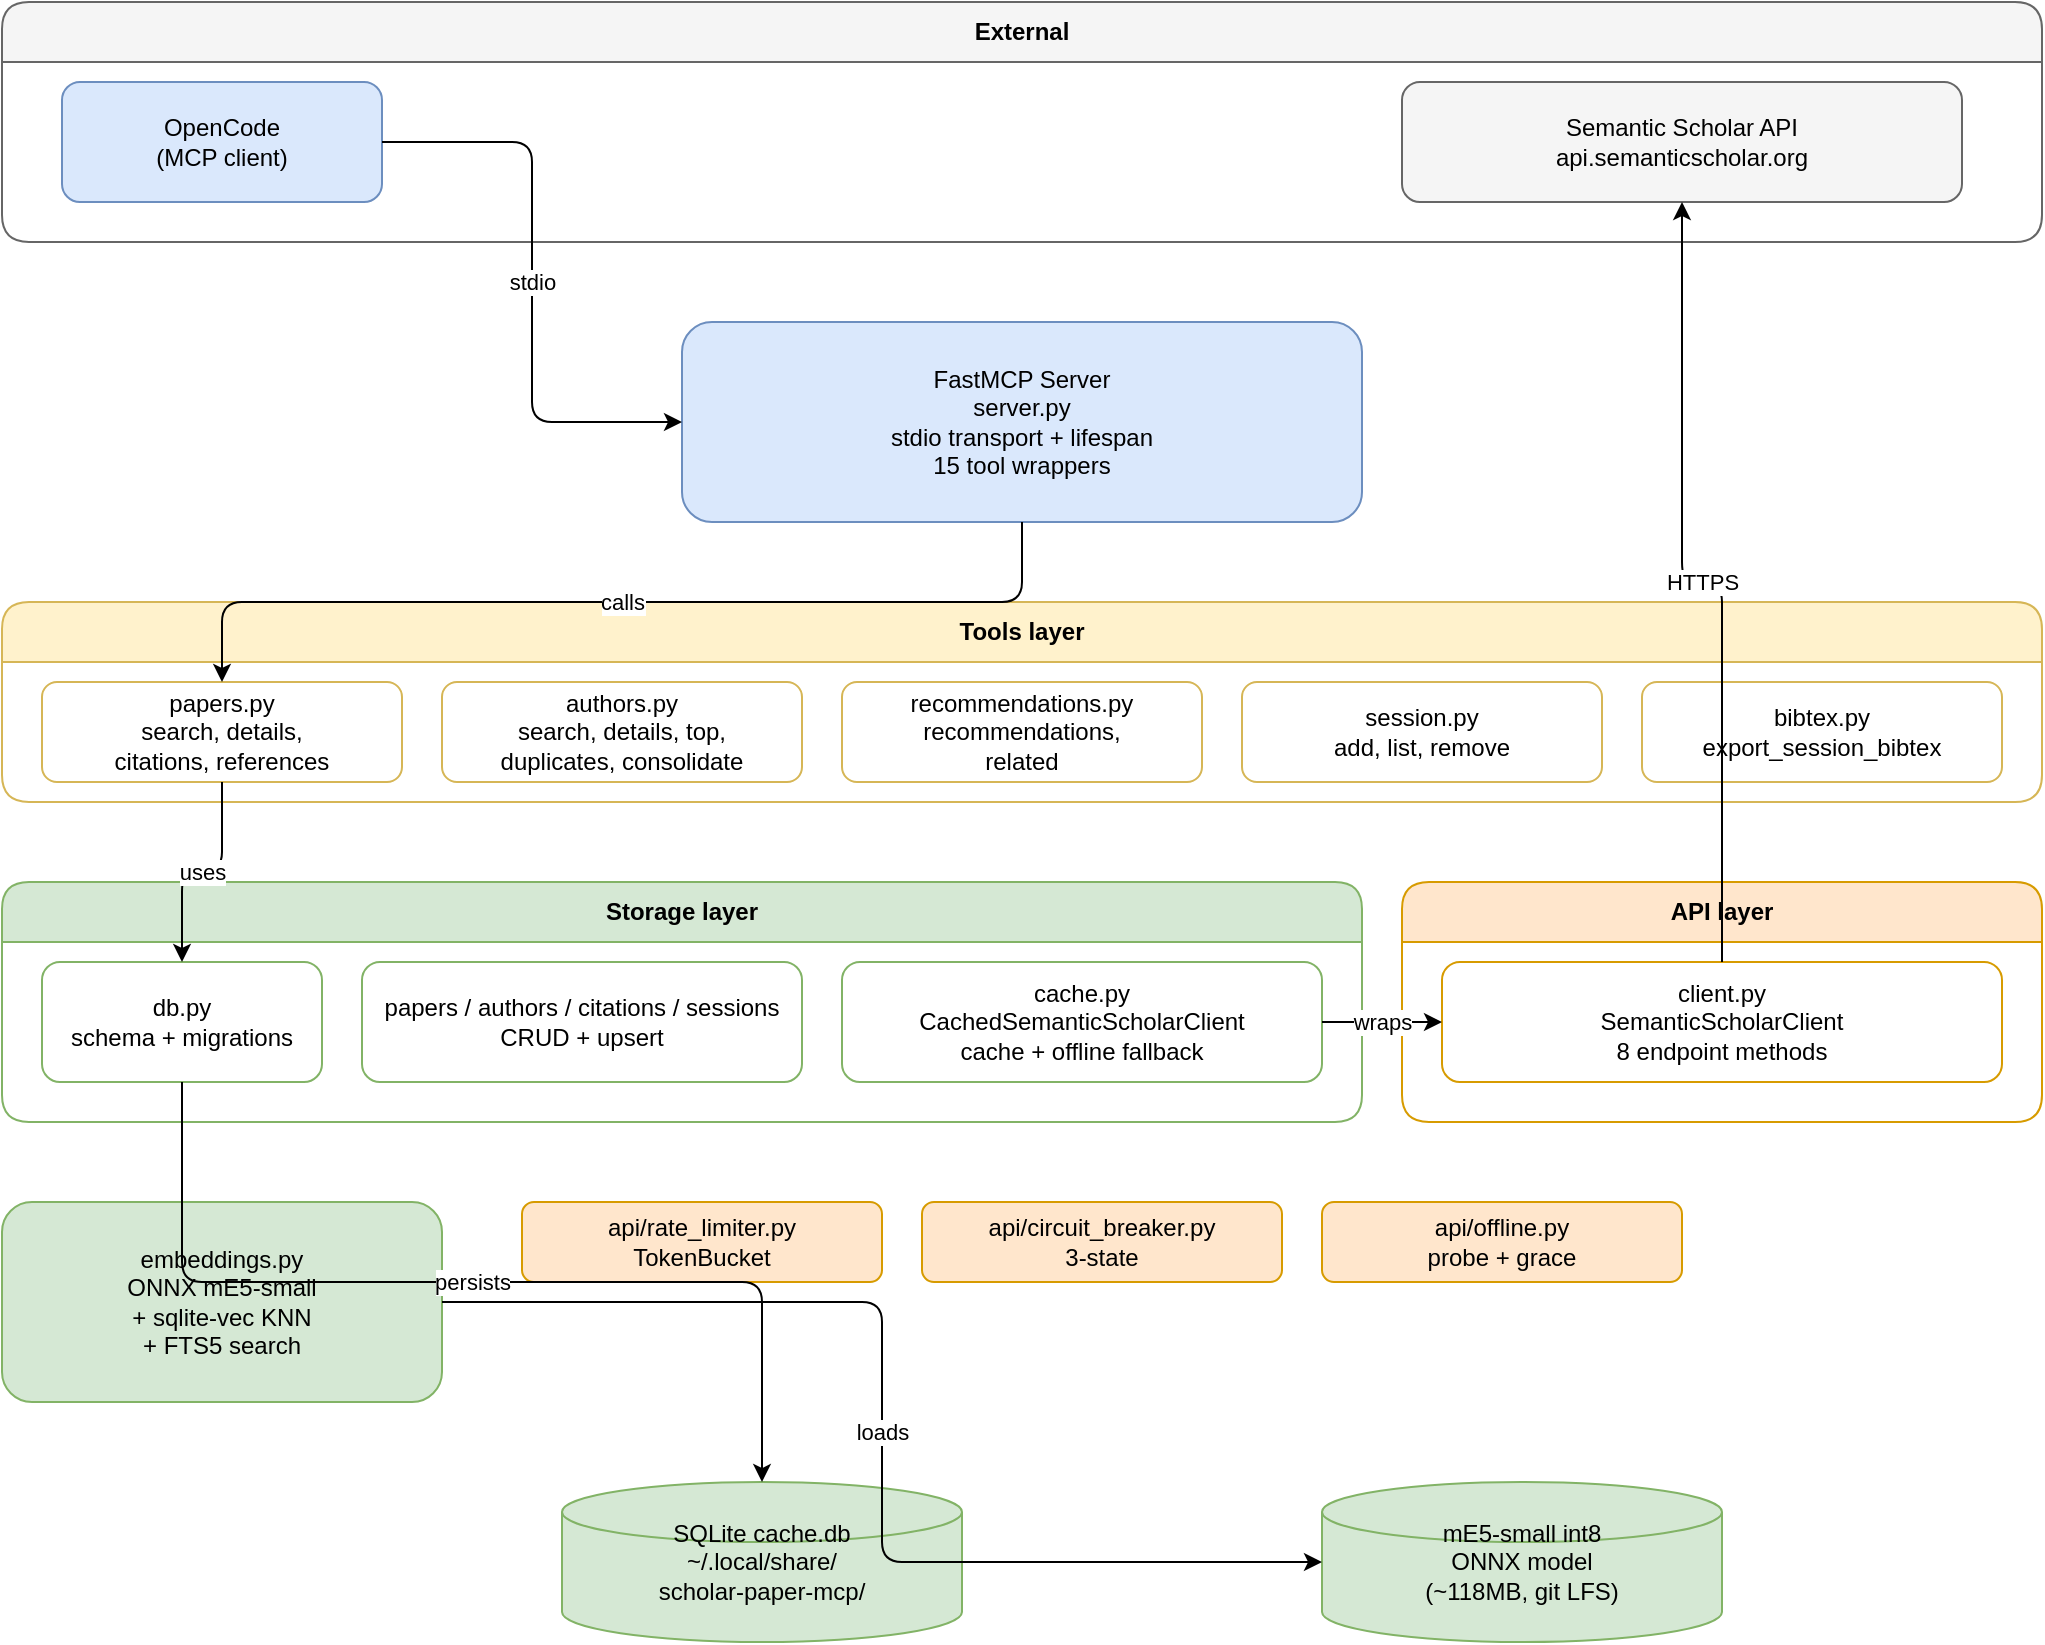
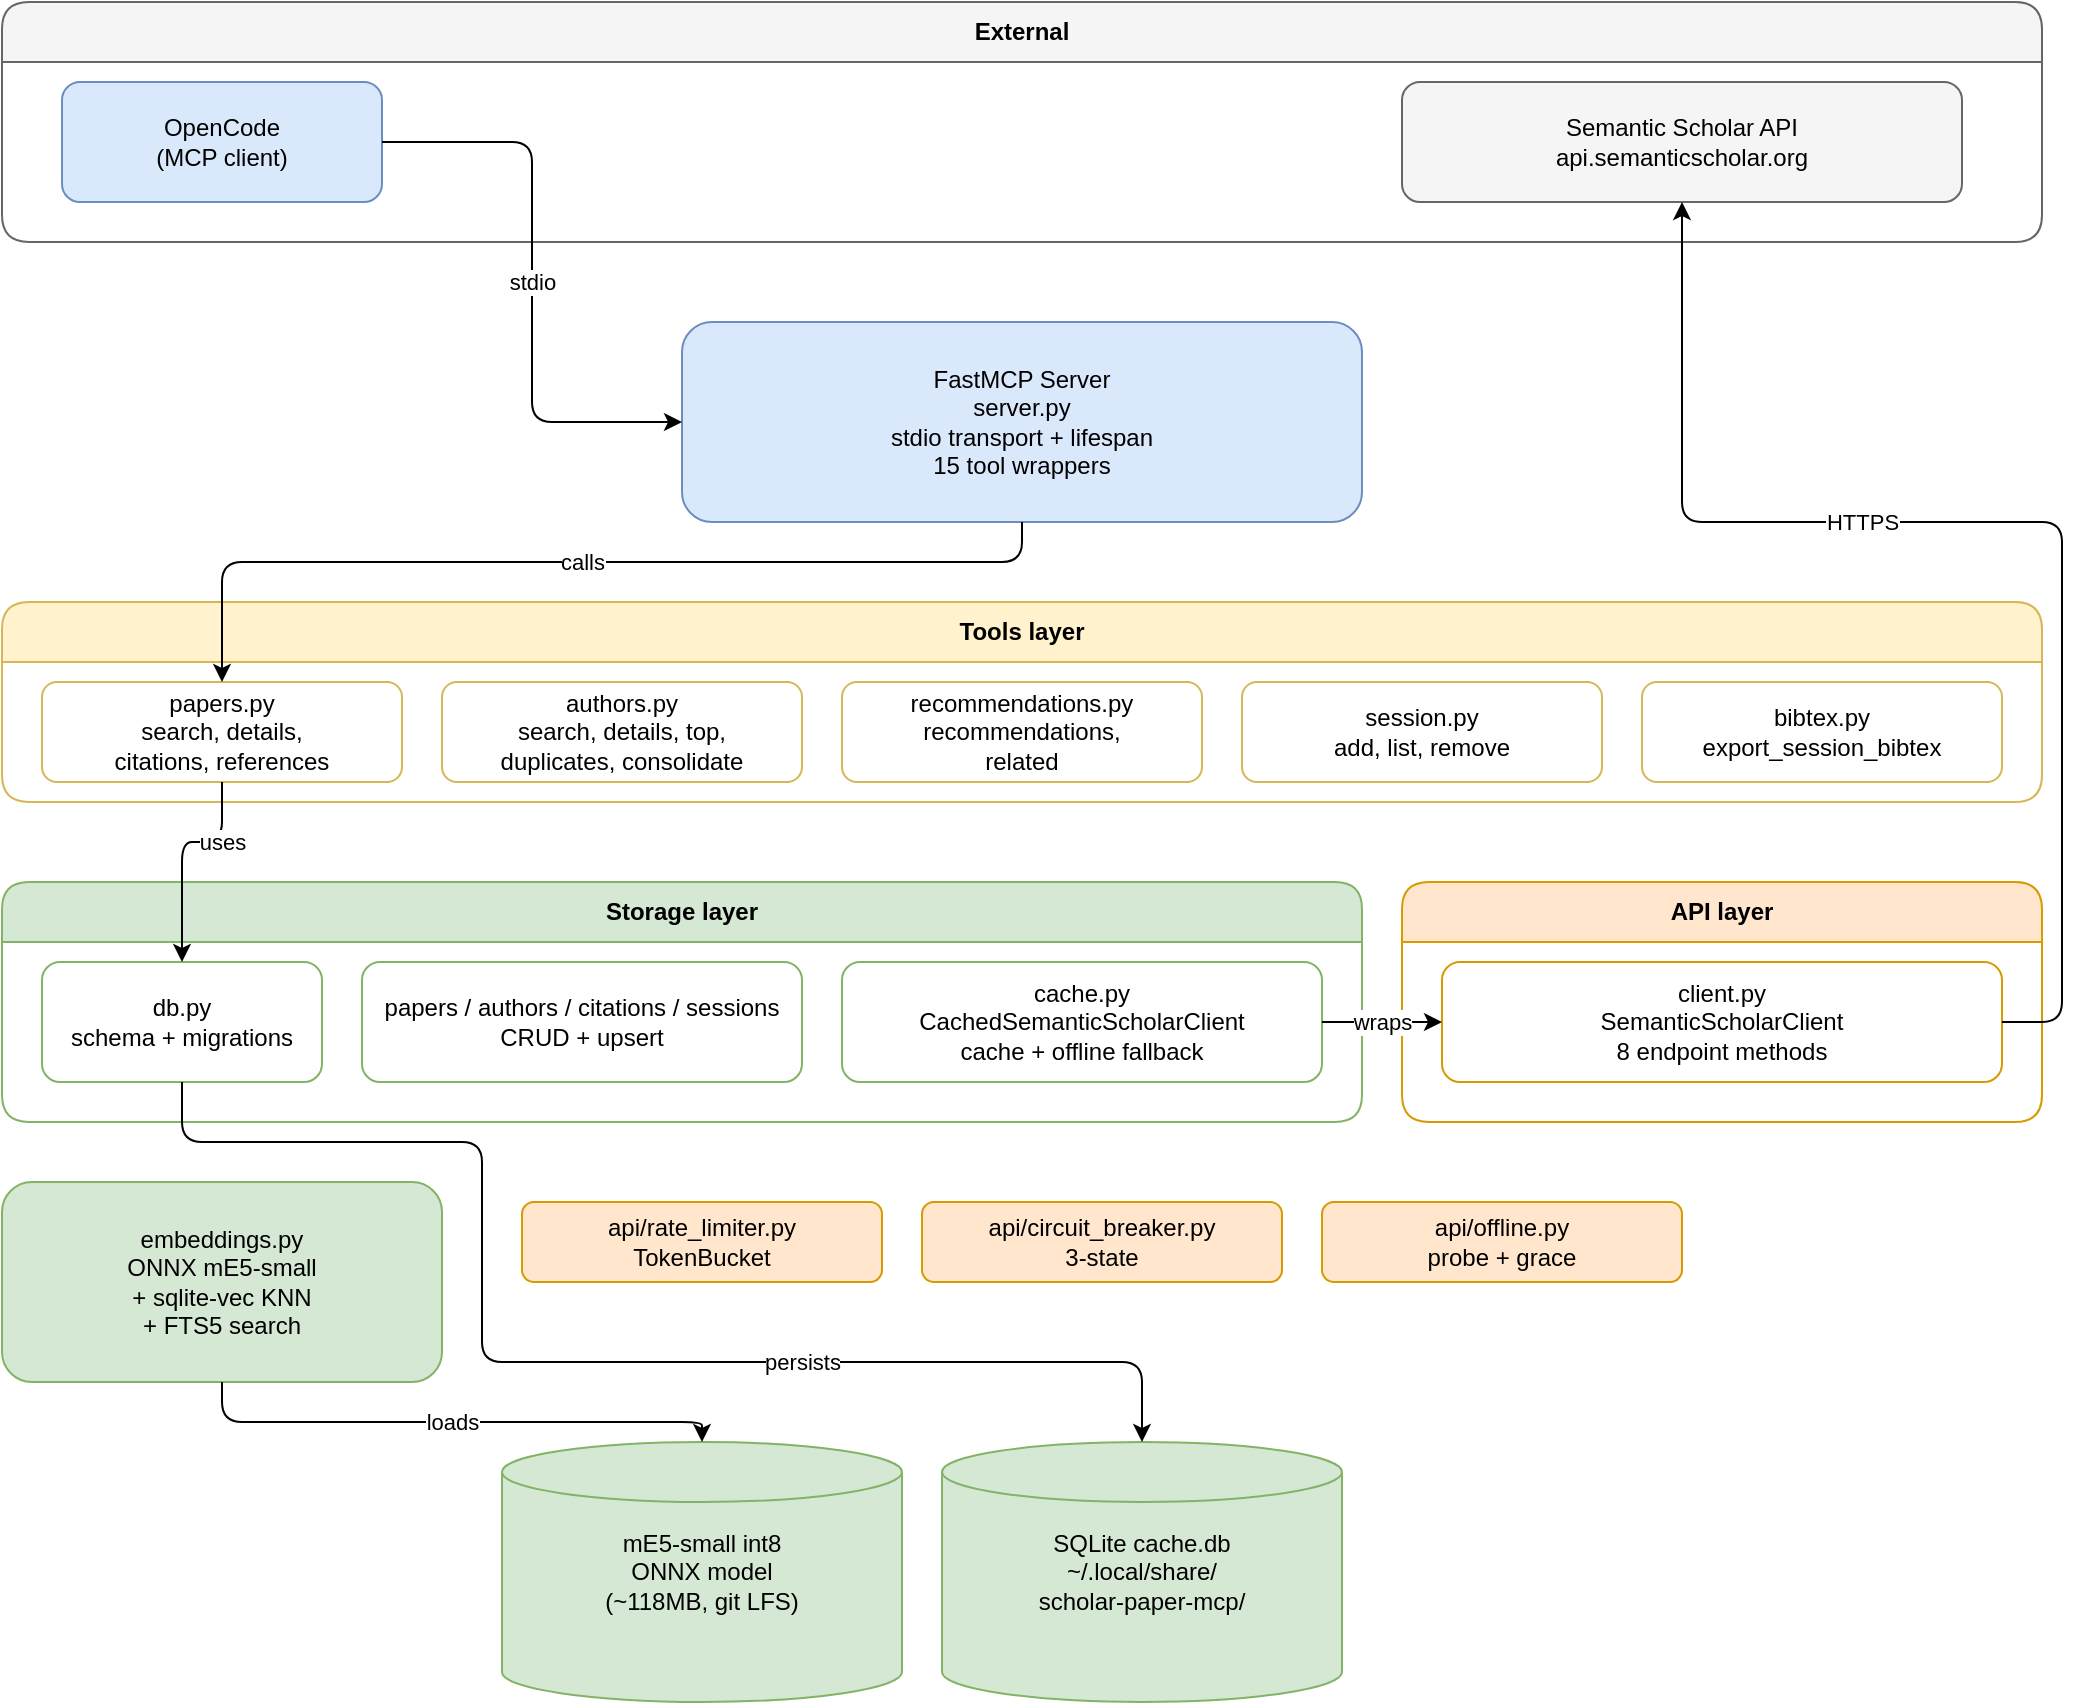
- <?xml version="1.0" encoding="UTF-8"?>
- <mxfile host="drawio" version="26.0.0">
+ <mxfile host="Electron">
  <diagram name="Architecture" id="arch-1">
-     <mxGraphModel dx="1200" dy="900" grid="1" gridSize="10" guides="1" tooltips="1" connect="1" arrows="1" fold="1" page="1" pageScale="1" pageWidth="1100" pageHeight="900" math="0" shadow="0">
+     <mxGraphModel dx="1883" dy="1057" grid="1" gridSize="10" guides="1" tooltips="1" connect="1" arrows="1" fold="1" page="1" pageScale="1" pageWidth="1100" pageHeight="900" math="0" shadow="0">
      <root>
        <mxCell id="0" />
        <mxCell id="1" parent="0" />
- 
-         <mxCell id="100" value="External" style="swimlane;startSize=30;whiteSpace=wrap;html=1;fillColor=#f5f5f5;strokeColor=#666666;rounded=1;" vertex="1" parent="1">
-           <mxGeometry x="40" y="40" width="1020" height="120" as="geometry" />
+         <mxCell id="100" parent="1" style="swimlane;startSize=30;whiteSpace=wrap;html=1;fillColor=#f5f5f5;strokeColor=#666666;rounded=1;" value="External" vertex="1">
+           <mxGeometry height="120" width="1020" x="40" y="40" as="geometry" />
        </mxCell>
-         <mxCell id="2" value="OpenCode&#xa;(MCP client)" style="rounded=1;whiteSpace=wrap;html=1;fillColor=#dae8fc;strokeColor=#6c8ebf;" vertex="1" parent="100">
-           <mxGeometry x="30" y="40" width="160" height="60" as="geometry" />
+         <mxCell id="2" parent="100" style="rounded=1;whiteSpace=wrap;html=1;fillColor=#dae8fc;strokeColor=#6c8ebf;" value="OpenCode&#xa;(MCP client)" vertex="1">
+           <mxGeometry height="60" width="160" x="30" y="40" as="geometry" />
        </mxCell>
-         <mxCell id="3" value="Semantic Scholar API&#xa;api.semanticscholar.org" style="rounded=1;whiteSpace=wrap;html=1;fillColor=#f5f5f5;strokeColor=#666666;" vertex="1" parent="100">
-           <mxGeometry x="700" y="40" width="280" height="60" as="geometry" />
+         <mxCell id="3" parent="100" style="rounded=1;whiteSpace=wrap;html=1;fillColor=#f5f5f5;strokeColor=#666666;" value="Semantic Scholar API&#xa;api.semanticscholar.org" vertex="1">
+           <mxGeometry height="60" width="280" x="700" y="40" as="geometry" />
        </mxCell>
- 
-         <mxCell id="4" value="FastMCP Server&#xa;server.py&#xa;stdio transport + lifespan&#xa;15 tool wrappers" style="rounded=1;whiteSpace=wrap;html=1;fillColor=#dae8fc;strokeColor=#6c8ebf;" vertex="1" parent="1">
-           <mxGeometry x="380" y="200" width="340" height="100" as="geometry" />
+         <mxCell id="4" parent="1" style="rounded=1;whiteSpace=wrap;html=1;fillColor=#dae8fc;strokeColor=#6c8ebf;" value="FastMCP Server&#xa;server.py&#xa;stdio transport + lifespan&#xa;15 tool wrappers" vertex="1">
+           <mxGeometry height="100" width="340" x="380" y="200" as="geometry" />
        </mxCell>
- 
-         <mxCell id="10" value="Tools layer" style="swimlane;startSize=30;whiteSpace=wrap;html=1;fillColor=#fff2cc;strokeColor=#d6b656;rounded=1;" vertex="1" parent="1">
-           <mxGeometry x="40" y="340" width="1020" height="100" as="geometry" />
+         <mxCell id="10" parent="1" style="swimlane;startSize=30;whiteSpace=wrap;html=1;fillColor=#fff2cc;strokeColor=#d6b656;rounded=1;" value="Tools layer" vertex="1">
+           <mxGeometry height="100" width="1020" x="40" y="340" as="geometry" />
        </mxCell>
-         <mxCell id="11" value="papers.py&#xa;search, details,&#xa;citations, references" style="rounded=1;whiteSpace=wrap;html=1;fillColor=#ffffff;strokeColor=#d6b656;" vertex="1" parent="10">
-           <mxGeometry x="20" y="40" width="180" height="50" as="geometry" />
+         <mxCell id="11" parent="10" style="rounded=1;whiteSpace=wrap;html=1;fillColor=#ffffff;strokeColor=#d6b656;" value="papers.py&#xa;search, details,&#xa;citations, references" vertex="1">
+           <mxGeometry height="50" width="180" x="20" y="40" as="geometry" />
        </mxCell>
-         <mxCell id="12" value="authors.py&#xa;search, details, top,&#xa;duplicates, consolidate" style="rounded=1;whiteSpace=wrap;html=1;fillColor=#ffffff;strokeColor=#d6b656;" vertex="1" parent="10">
-           <mxGeometry x="220" y="40" width="180" height="50" as="geometry" />
+         <mxCell id="12" parent="10" style="rounded=1;whiteSpace=wrap;html=1;fillColor=#ffffff;strokeColor=#d6b656;" value="authors.py&#xa;search, details, top,&#xa;duplicates, consolidate" vertex="1">
+           <mxGeometry height="50" width="180" x="220" y="40" as="geometry" />
        </mxCell>
-         <mxCell id="13" value="recommendations.py&#xa;recommendations,&#xa;related" style="rounded=1;whiteSpace=wrap;html=1;fillColor=#ffffff;strokeColor=#d6b656;" vertex="1" parent="10">
-           <mxGeometry x="420" y="40" width="180" height="50" as="geometry" />
+         <mxCell id="13" parent="10" style="rounded=1;whiteSpace=wrap;html=1;fillColor=#ffffff;strokeColor=#d6b656;" value="recommendations.py&#xa;recommendations,&#xa;related" vertex="1">
+           <mxGeometry height="50" width="180" x="420" y="40" as="geometry" />
        </mxCell>
-         <mxCell id="14" value="session.py&#xa;add, list, remove" style="rounded=1;whiteSpace=wrap;html=1;fillColor=#ffffff;strokeColor=#d6b656;" vertex="1" parent="10">
-           <mxGeometry x="620" y="40" width="180" height="50" as="geometry" />
+         <mxCell id="14" parent="10" style="rounded=1;whiteSpace=wrap;html=1;fillColor=#ffffff;strokeColor=#d6b656;" value="session.py&#xa;add, list, remove" vertex="1">
+           <mxGeometry height="50" width="180" x="620" y="40" as="geometry" />
        </mxCell>
-         <mxCell id="15" value="bibtex.py&#xa;export_session_bibtex" style="rounded=1;whiteSpace=wrap;html=1;fillColor=#ffffff;strokeColor=#d6b656;" vertex="1" parent="10">
-           <mxGeometry x="820" y="40" width="180" height="50" as="geometry" />
+         <mxCell id="15" parent="10" style="rounded=1;whiteSpace=wrap;html=1;fillColor=#ffffff;strokeColor=#d6b656;" value="bibtex.py&#xa;export_session_bibtex" vertex="1">
+           <mxGeometry height="50" width="180" x="820" y="40" as="geometry" />
        </mxCell>
- 
-         <mxCell id="20" value="Storage layer" style="swimlane;startSize=30;whiteSpace=wrap;html=1;fillColor=#d5e8d4;strokeColor=#82b366;rounded=1;" vertex="1" parent="1">
-           <mxGeometry x="40" y="480" width="680" height="120" as="geometry" />
+         <mxCell id="20" parent="1" style="swimlane;startSize=30;whiteSpace=wrap;html=1;fillColor=#d5e8d4;strokeColor=#82b366;rounded=1;" value="Storage layer" vertex="1">
+           <mxGeometry height="120" width="680" x="40" y="480" as="geometry" />
        </mxCell>
-         <mxCell id="21" value="db.py&#xa;schema + migrations" style="rounded=1;whiteSpace=wrap;html=1;fillColor=#ffffff;strokeColor=#82b366;" vertex="1" parent="20">
-           <mxGeometry x="20" y="40" width="140" height="60" as="geometry" />
+         <mxCell id="21" parent="20" style="rounded=1;whiteSpace=wrap;html=1;fillColor=#ffffff;strokeColor=#82b366;" value="db.py&#xa;schema + migrations" vertex="1">
+           <mxGeometry height="60" width="140" x="20" y="40" as="geometry" />
        </mxCell>
-         <mxCell id="22" value="papers / authors / citations / sessions&#xa;CRUD + upsert" style="rounded=1;whiteSpace=wrap;html=1;fillColor=#ffffff;strokeColor=#82b366;" vertex="1" parent="20">
-           <mxGeometry x="180" y="40" width="220" height="60" as="geometry" />
+         <mxCell id="22" parent="20" style="rounded=1;whiteSpace=wrap;html=1;fillColor=#ffffff;strokeColor=#82b366;" value="papers / authors / citations / sessions&#xa;CRUD + upsert" vertex="1">
+           <mxGeometry height="60" width="220" x="180" y="40" as="geometry" />
        </mxCell>
-         <mxCell id="23" value="cache.py&#xa;CachedSemanticScholarClient&#xa;cache + offline fallback" style="rounded=1;whiteSpace=wrap;html=1;fillColor=#ffffff;strokeColor=#82b366;" vertex="1" parent="20">
-           <mxGeometry x="420" y="40" width="240" height="60" as="geometry" />
+         <mxCell id="23" parent="20" style="rounded=1;whiteSpace=wrap;html=1;fillColor=#ffffff;strokeColor=#82b366;" value="cache.py&#xa;CachedSemanticScholarClient&#xa;cache + offline fallback" vertex="1">
+           <mxGeometry height="60" width="240" x="420" y="40" as="geometry" />
        </mxCell>
- 
-         <mxCell id="30" value="API layer" style="swimlane;startSize=30;whiteSpace=wrap;html=1;fillColor=#ffe6cc;strokeColor=#d79b00;rounded=1;" vertex="1" parent="1">
-           <mxGeometry x="740" y="480" width="320" height="120" as="geometry" />
+         <mxCell id="30" parent="1" style="swimlane;startSize=30;whiteSpace=wrap;html=1;fillColor=#ffe6cc;strokeColor=#d79b00;rounded=1;" value="API layer" vertex="1">
+           <mxGeometry height="120" width="320" x="740" y="480" as="geometry" />
        </mxCell>
-         <mxCell id="31" value="client.py&#xa;SemanticScholarClient&#xa;8 endpoint methods" style="rounded=1;whiteSpace=wrap;html=1;fillColor=#ffffff;strokeColor=#d79b00;" vertex="1" parent="30">
-           <mxGeometry x="20" y="40" width="280" height="60" as="geometry" />
+         <mxCell id="31" parent="30" style="rounded=1;whiteSpace=wrap;html=1;fillColor=#ffffff;strokeColor=#d79b00;" value="client.py&#xa;SemanticScholarClient&#xa;8 endpoint methods" vertex="1">
+           <mxGeometry height="60" width="280" x="20" y="40" as="geometry" />
        </mxCell>
- 
-         <mxCell id="40" value="embeddings.py&#xa;ONNX mE5-small&#xa;+ sqlite-vec KNN&#xa;+ FTS5 search" style="rounded=1;whiteSpace=wrap;html=1;fillColor=#d5e8d4;strokeColor=#82b366;" vertex="1" parent="1">
-           <mxGeometry x="40" y="640" width="220" height="100" as="geometry" />
+         <mxCell id="40" parent="1" style="rounded=1;whiteSpace=wrap;html=1;fillColor=#d5e8d4;strokeColor=#82b366;" value="embeddings.py&#xa;ONNX mE5-small&#xa;+ sqlite-vec KNN&#xa;+ FTS5 search" vertex="1">
+           <mxGeometry height="100" width="220" x="40" y="630" as="geometry" />
        </mxCell>
- 
-         <mxCell id="50" value="api/rate_limiter.py&#xa;TokenBucket" style="rounded=1;whiteSpace=wrap;html=1;fillColor=#ffe6cc;strokeColor=#d79b00;" vertex="1" parent="1">
-           <mxGeometry x="300" y="640" width="180" height="40" as="geometry" />
+         <mxCell id="50" parent="1" style="rounded=1;whiteSpace=wrap;html=1;fillColor=#ffe6cc;strokeColor=#d79b00;" value="api/rate_limiter.py&#xa;TokenBucket" vertex="1">
+           <mxGeometry height="40" width="180" x="300" y="640" as="geometry" />
        </mxCell>
-         <mxCell id="51" value="api/circuit_breaker.py&#xa;3-state" style="rounded=1;whiteSpace=wrap;html=1;fillColor=#ffe6cc;strokeColor=#d79b00;" vertex="1" parent="1">
-           <mxGeometry x="500" y="640" width="180" height="40" as="geometry" />
+         <mxCell id="51" parent="1" style="rounded=1;whiteSpace=wrap;html=1;fillColor=#ffe6cc;strokeColor=#d79b00;" value="api/circuit_breaker.py&#xa;3-state" vertex="1">
+           <mxGeometry height="40" width="180" x="500" y="640" as="geometry" />
        </mxCell>
-         <mxCell id="52" value="api/offline.py&#xa;probe + grace" style="rounded=1;whiteSpace=wrap;html=1;fillColor=#ffe6cc;strokeColor=#d79b00;" vertex="1" parent="1">
-           <mxGeometry x="700" y="640" width="180" height="40" as="geometry" />
+         <mxCell id="52" parent="1" style="rounded=1;whiteSpace=wrap;html=1;fillColor=#ffe6cc;strokeColor=#d79b00;" value="api/offline.py&#xa;probe + grace" vertex="1">
+           <mxGeometry height="40" width="180" x="700" y="640" as="geometry" />
        </mxCell>
- 
-         <mxCell id="60" value="SQLite cache.db&#xa;~/.local/share/&#xa;scholar-paper-mcp/" style="shape=cylinder3;whiteSpace=wrap;html=1;fillColor=#d5e8d4;strokeColor=#82b366;" vertex="1" parent="1">
-           <mxGeometry x="320" y="780" width="200" height="80" as="geometry" />
+         <mxCell id="60" parent="1" style="shape=cylinder3;whiteSpace=wrap;html=1;fillColor=#d5e8d4;strokeColor=#82b366;" value="SQLite cache.db&#xa;~/.local/share/&#xa;scholar-paper-mcp/" vertex="1">
+           <mxGeometry height="130" width="200" x="510" y="760" as="geometry" />
        </mxCell>
-         <mxCell id="61" value="mE5-small int8&#xa;ONNX model&#xa;(~118MB, git LFS)" style="shape=cylinder3;whiteSpace=wrap;html=1;fillColor=#d5e8d4;strokeColor=#82b366;" vertex="1" parent="1">
-           <mxGeometry x="700" y="780" width="200" height="80" as="geometry" />
+         <mxCell id="61" parent="1" style="shape=cylinder3;whiteSpace=wrap;html=1;fillColor=#d5e8d4;strokeColor=#82b366;" value="mE5-small int8&#xa;ONNX model&#xa;(~118MB, git LFS)" vertex="1">
+           <mxGeometry height="130" width="200" x="290" y="760" as="geometry" />
        </mxCell>
- 
-         <mxCell id="70" value="stdio" style="edgeStyle=orthogonalEdgeStyle;rounded=1;html=1;exitX=1;exitY=0.5;exitDx=0;exitDy=0;entryX=0;entryY=0.5;entryDx=0;entryDy=0;" edge="1" parent="1" source="2" target="4">
+         <mxCell id="70" edge="1" parent="1" source="2" style="edgeStyle=orthogonalEdgeStyle;rounded=1;html=1;exitX=1;exitY=0.5;exitDx=0;exitDy=0;entryX=0;entryY=0.5;entryDx=0;entryDy=0;" target="4" value="stdio">
          <mxGeometry relative="1" as="geometry" />
        </mxCell>
-         <mxCell id="71" value="HTTPS" style="edgeStyle=orthogonalEdgeStyle;rounded=1;html=1;exitX=0.5;exitY=0;exitDx=0;exitDy=0;entryX=0.5;entryY=1;entryDx=0;entryDy=0;" edge="1" parent="1" source="31" target="3">
-           <mxGeometry relative="1" as="geometry" />
+         <mxCell id="71" edge="1" parent="1" source="31" style="edgeStyle=orthogonalEdgeStyle;rounded=1;html=1;exitX=1;exitY=0.5;exitDx=0;exitDy=0;entryX=0.5;entryY=1;entryDx=0;entryDy=0;" target="3" value="HTTPS">
+           <mxGeometry relative="1" x="0.2063" as="geometry">
+             <mxPoint as="offset" />
+             <Array as="points">
+               <mxPoint x="1070" y="550" />
+               <mxPoint x="1070" y="300" />
+               <mxPoint x="880" y="300" />
+             </Array>
+           </mxGeometry>
        </mxCell>
-         <mxCell id="72" value="calls" style="edgeStyle=orthogonalEdgeStyle;rounded=1;html=1;exitX=0.5;exitY=1;exitDx=0;exitDy=0;entryX=0.5;entryY=0;entryDx=0;entryDy=0;" edge="1" parent="1" source="4" target="11">
-           <mxGeometry relative="1" as="geometry" />
+         <mxCell id="72" edge="1" parent="1" source="4" style="edgeStyle=orthogonalEdgeStyle;rounded=1;html=1;exitX=0.5;exitY=1;exitDx=0;exitDy=0;entryX=0.5;entryY=0;entryDx=0;entryDy=0;" target="11" value="calls">
+           <mxGeometry relative="1" as="geometry">
+             <Array as="points">
+               <mxPoint x="550" y="320" />
+               <mxPoint x="150" y="320" />
+             </Array>
+           </mxGeometry>
        </mxCell>
-         <mxCell id="73" value="uses" style="edgeStyle=orthogonalEdgeStyle;rounded=1;html=1;exitX=0.5;exitY=1;exitDx=0;exitDy=0;entryX=0.5;entryY=0;entryDx=0;entryDy=0;" edge="1" parent="1" source="11" target="21">
-           <mxGeometry relative="1" as="geometry" />
+         <mxCell id="73" edge="1" parent="1" source="11" style="edgeStyle=orthogonalEdgeStyle;rounded=1;html=1;exitX=0.5;exitY=1;exitDx=0;exitDy=0;entryX=0.5;entryY=0;entryDx=0;entryDy=0;" target="21" value="uses">
+           <mxGeometry relative="1" x="-0.4545" as="geometry">
+             <mxPoint as="offset" />
+             <Array as="points">
+               <mxPoint x="150" y="460" />
+               <mxPoint x="130" y="460" />
+             </Array>
+           </mxGeometry>
        </mxCell>
-         <mxCell id="74" value="persists" style="edgeStyle=orthogonalEdgeStyle;rounded=1;html=1;exitX=0.5;exitY=1;exitDx=0;exitDy=0;entryX=0.5;entryY=0;entryDx=0;entryDy=0;" edge="1" parent="1" source="21" target="60">
-           <mxGeometry relative="1" as="geometry" />
+         <mxCell id="74" edge="1" parent="1" source="21" style="edgeStyle=orthogonalEdgeStyle;rounded=1;html=1;exitX=0.5;exitY=1;exitDx=0;exitDy=0;entryX=0.5;entryY=0;entryDx=0;entryDy=0;" target="60" value="persists">
+           <mxGeometry relative="1" x="0.3638" as="geometry">
+             <mxPoint as="offset" />
+             <Array as="points">
+               <mxPoint x="130" y="610" />
+               <mxPoint x="280" y="610" />
+               <mxPoint x="280" y="720" />
+               <mxPoint x="610" y="720" />
+             </Array>
+           </mxGeometry>
        </mxCell>
-         <mxCell id="75" value="loads" style="edgeStyle=orthogonalEdgeStyle;rounded=1;html=1;exitX=1;exitY=0.5;exitDx=0;exitDy=0;entryX=0;entryY=0.5;entryDx=0;entryDy=0;" edge="1" parent="1" source="40" target="61">
-           <mxGeometry relative="1" as="geometry" />
+         <mxCell id="75" edge="1" parent="1" source="40" style="edgeStyle=orthogonalEdgeStyle;rounded=1;html=1;exitX=0.5;exitY=1;exitDx=0;exitDy=0;entryX=0.5;entryY=0;entryDx=0;entryDy=0;entryPerimeter=0;" target="61" value="loads">
+           <mxGeometry relative="1" as="geometry">
+             <Array as="points">
+               <mxPoint x="150" y="750" />
+               <mxPoint x="390" y="750" />
+             </Array>
+           </mxGeometry>
        </mxCell>
-         <mxCell id="76" value="wraps" style="edgeStyle=orthogonalEdgeStyle;rounded=1;html=1;exitX=1;exitY=0.5;exitDx=0;exitDy=0;entryX=0;entryY=0.5;entryDx=0;entryDy=0;" edge="1" parent="1" source="23" target="31">
+         <mxCell id="76" edge="1" parent="1" source="23" style="edgeStyle=orthogonalEdgeStyle;rounded=1;html=1;exitX=1;exitY=0.5;exitDx=0;exitDy=0;entryX=0;entryY=0.5;entryDx=0;entryDy=0;" target="31" value="wraps">
          <mxGeometry relative="1" as="geometry" />
        </mxCell>
      </root>
    </mxGraphModel>
  </diagram>
</mxfile>
